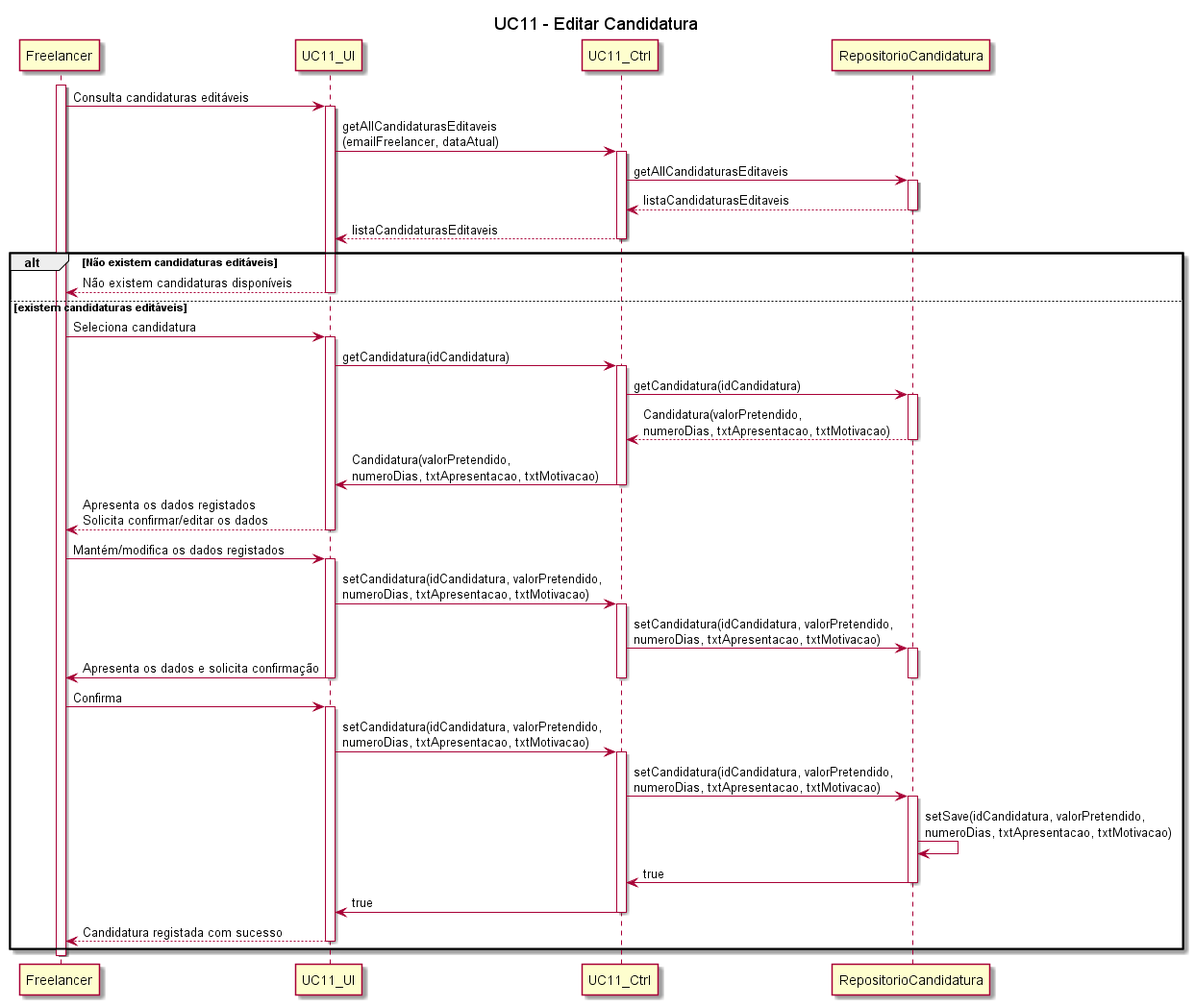
blestonbandeiraUPSKILL/upskill_java1_labprg_grupo2 keeps this PlantUML diagram as Documentação/Sprint 4/UC11_Editar_Candidatura/UC11_Editar_Candidatura_Diag_Seq.png. Above is the earlier version. The source it was exported from:
```plantuml
@startuml

participant Freelancer
participant UC11_UI
participant UC11_Ctrl
participant RepositorioCandidatura


title UC11 - Editar Candidatura
activate Freelancer
Freelancer -> UC11_UI : Consulta candidaturas editáveis
activate UC11_UI
UC11_UI -> UC11_Ctrl : getAllCandidaturasEditaveis \n(emailFreelancer, dataAtual)
activate UC11_Ctrl
UC11_Ctrl -> RepositorioCandidatura : getAllCandidaturasEditaveis
activate RepositorioCandidatura
RepositorioCandidatura --> UC11_Ctrl : listaCandidaturasEditaveis
deactivate RepositorioCandidatura
UC11_Ctrl --> UC11_UI : listaCandidaturasEditaveis
deactivate UC11_Ctrl
alt Não existem candidaturas editáveis
UC11_UI --> Freelancer : Não existem candidaturas disponíveis
deactivate UC11_UI
else existem candidaturas editáveis
Freelancer -> UC11_UI : Seleciona candidatura
activate UC11_UI
UC11_UI -> UC11_Ctrl : getCandidatura(idCandidatura)
activate UC11_Ctrl
UC11_Ctrl -> RepositorioCandidatura : getCandidatura(idCandidatura)
activate RepositorioCandidatura
RepositorioCandidatura --> UC11_Ctrl : Candidatura(valorPretendido, \nnumeroDias, txtApresentacao, txtMotivacao)
deactivate RepositorioCandidatura
UC11_Ctrl -> UC11_UI : Candidatura(valorPretendido, \nnumeroDias, txtApresentacao, txtMotivacao)
deactivate UC11_Ctrl
UC11_UI --> Freelancer : Apresenta os dados registados \nSolicita confirmar/editar os dados
deactivate UC11_UI
Freelancer -> UC11_UI : Mantém/modifica os dados registados
activate UC11_UI
UC11_UI -> UC11_Ctrl : setCandidatura(idCandidatura, valorPretendido, \nnumeroDias, txtApresentacao, txtMotivacao)
activate UC11_Ctrl
UC11_Ctrl -> RepositorioCandidatura : setCandidatura(idCandidatura, valorPretendido, \nnumeroDias, txtApresentacao, txtMotivacao)
activate RepositorioCandidatura
UC11_UI -> Freelancer : Apresenta os dados e solicita confirmação
deactivate RepositorioCandidatura
deactivate UC11_Ctrl
deactivate UC11_UI
Freelancer -> UC11_UI : Confirma
activate UC11_UI
UC11_UI -> UC11_Ctrl : setCandidatura(idCandidatura, valorPretendido, \nnumeroDias, txtApresentacao, txtMotivacao)
activate UC11_Ctrl
UC11_Ctrl -> RepositorioCandidatura : setCandidatura(idCandidatura, valorPretendido, \nnumeroDias, txtApresentacao, txtMotivacao)
activate RepositorioCandidatura
RepositorioCandidatura -> RepositorioCandidatura : setSave(idCandidatura, valorPretendido, \nnumeroDias, txtApresentacao, txtMotivacao)
RepositorioCandidatura -> UC11_Ctrl : true
deactivate RepositorioCandidatura
UC11_Ctrl -> UC11_UI : true
deactivate UC11_Ctrl
UC11_UI --> Freelancer : Candidatura registada com sucesso
deactivate UC11_UI
end
deactivate Freelancer
@enduml
```
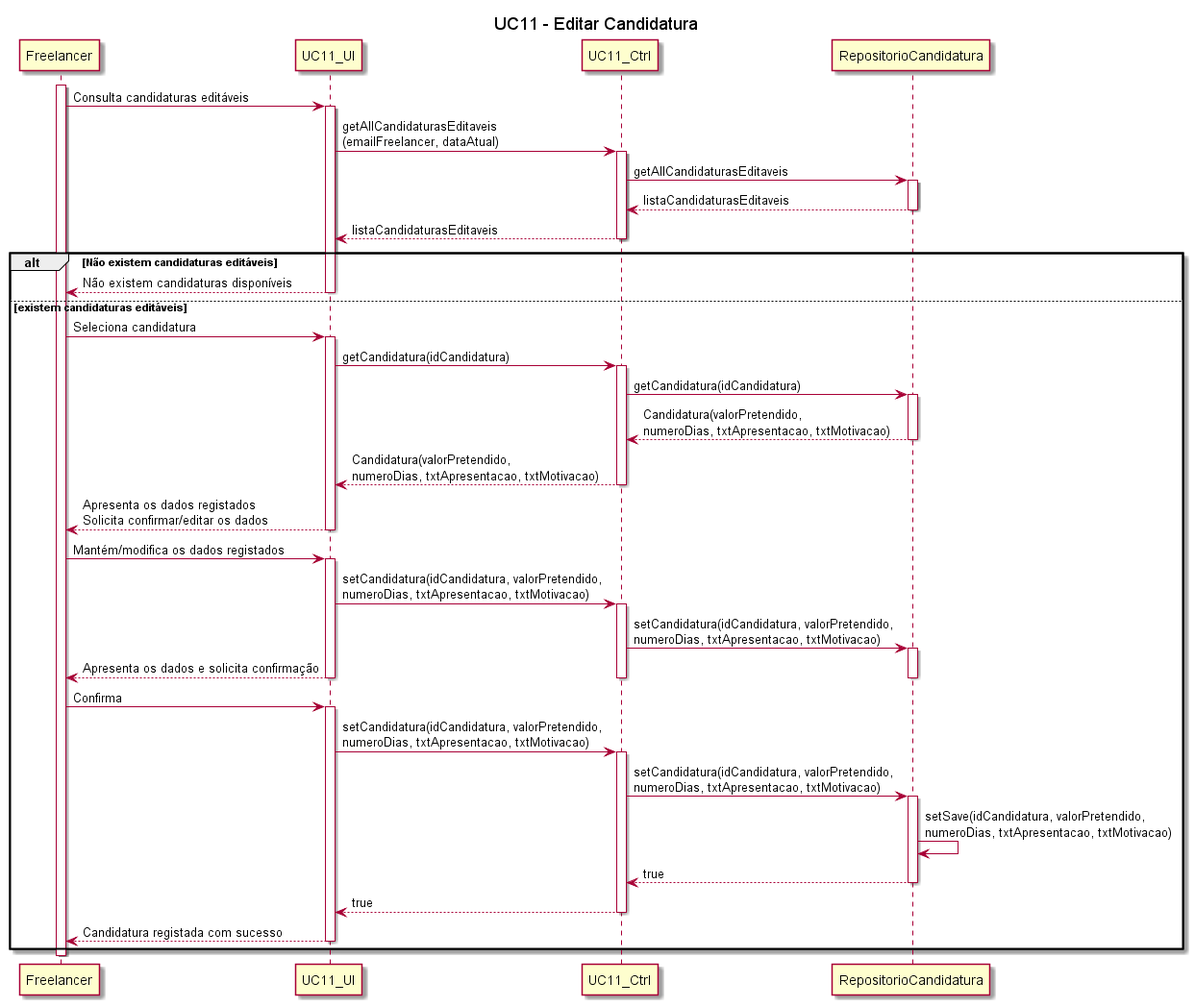
Above is the later version.

Diff of the diagram source:
```diff
@@ -30,7 +30,7 @@
 activate RepositorioCandidatura
 RepositorioCandidatura --> UC11_Ctrl : Candidatura(valorPretendido, \nnumeroDias, txtApresentacao, txtMotivacao)
 deactivate RepositorioCandidatura
-UC11_Ctrl -> UC11_UI : Candidatura(valorPretendido, \nnumeroDias, txtApresentacao, txtMotivacao)
+UC11_Ctrl --> UC11_UI : Candidatura(valorPretendido, \nnumeroDias, txtApresentacao, txtMotivacao)
 deactivate UC11_Ctrl
 UC11_UI --> Freelancer : Apresenta os dados registados \nSolicita confirmar/editar os dados
 deactivate UC11_UI
@@ -40,7 +40,7 @@
 activate UC11_Ctrl
 UC11_Ctrl -> RepositorioCandidatura : setCandidatura(idCandidatura, valorPretendido, \nnumeroDias, txtApresentacao, txtMotivacao)
 activate RepositorioCandidatura
-UC11_UI -> Freelancer : Apresenta os dados e solicita confirmação
+UC11_UI --> Freelancer : Apresenta os dados e solicita confirmação
 deactivate RepositorioCandidatura
 deactivate UC11_Ctrl
 deactivate UC11_UI
@@ -51,9 +51,9 @@
 UC11_Ctrl -> RepositorioCandidatura : setCandidatura(idCandidatura, valorPretendido, \nnumeroDias, txtApresentacao, txtMotivacao)
 activate RepositorioCandidatura
 RepositorioCandidatura -> RepositorioCandidatura : setSave(idCandidatura, valorPretendido, \nnumeroDias, txtApresentacao, txtMotivacao)
-RepositorioCandidatura -> UC11_Ctrl : true
+RepositorioCandidatura --> UC11_Ctrl : true
 deactivate RepositorioCandidatura
-UC11_Ctrl -> UC11_UI : true
+UC11_Ctrl --> UC11_UI : true
 deactivate UC11_Ctrl
 UC11_UI --> Freelancer : Candidatura registada com sucesso
 deactivate UC11_UI
```
